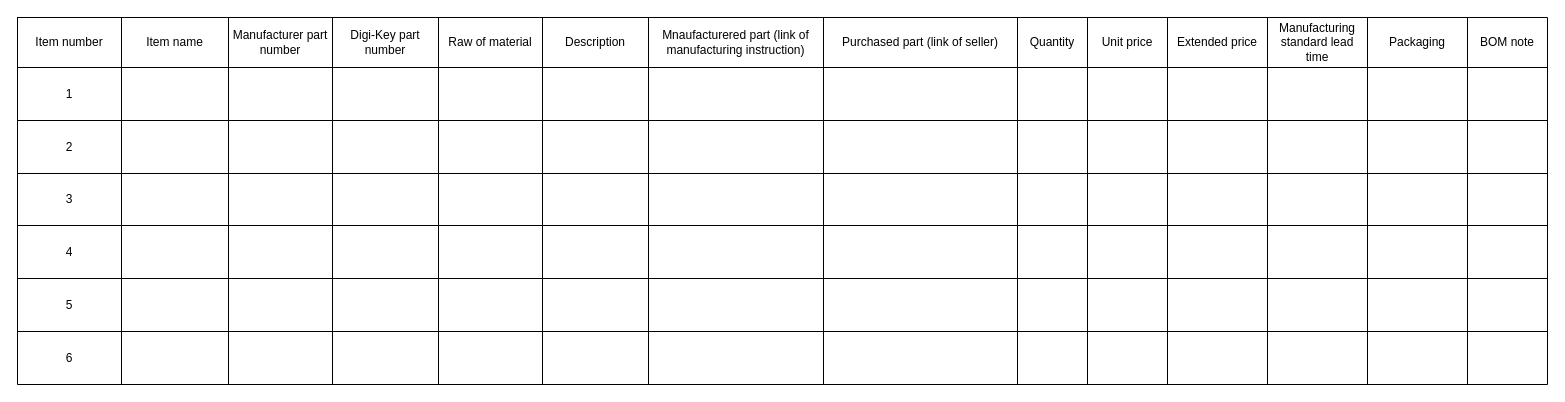
Above: BOM template.drawio in amerezoji1362/drawio-github (draw.io), before the change. Source tidied: cells renumbered, new cells numbered last; positions are measured from the earlier drawing's top-left corner, leaving out a move shared by most shapes. Both pictures are drawn from the tidied source at 100%, with x=0, y=0 at pixel (17, 17).
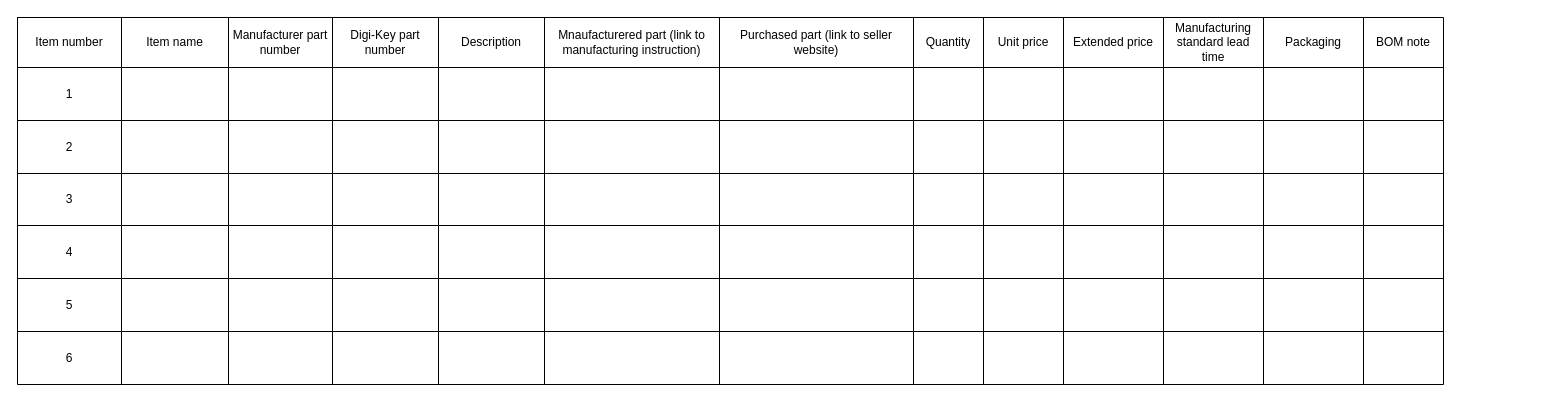
Above is the later version.

What changed in the source:
```diff
@@
     <mxCell id="2" style="shape=table;startSize=0;childLayout=tableLayout;" parent="1" vertex="1">
-      <mxGeometry width="1530" height="367" as="geometry" />
+      <mxGeometry width="1426" height="367" as="geometry" />
     </mxCell>
     <mxCell id="3" style="shape=partialRectangle;fillColor=none;top=0;left=0;bottom=0;right=0;" parent="2" vertex="1">
-      <mxGeometry width="1530" height="50" as="geometry" />
+      <mxGeometry width="1426" height="50" as="geometry" />
     </mxCell>
@@
-    <mxCell id="8" value="Raw of material" style="shape=partialRectangle;html=1;whiteSpace=wrap;overflow=hidden;fillColor=none;top=0;left=0;bottom=0;right=0;" parent="3" vertex="1">
-      <mxGeometry x="421" width="104" height="50" as="geometry" />
-    </mxCell>
     <mxCell id="9" value="Description" style="shape=partialRectangle;html=1;whiteSpace=wrap;overflow=hidden;fillColor=none;top=0;left=0;bottom=0;right=0;" parent="3" vertex="1">
-      <mxGeometry x="525" width="106" height="50" as="geometry" />
+      <mxGeometry x="421" width="106" height="50" as="geometry" />
     </mxCell>
-    <mxCell id="10" value="Mnaufacturered part (link of manufacturing instruction) " style="shape=partialRectangle;html=1;whiteSpace=wrap;overflow=hidden;fillColor=none;top=0;left=0;bottom=0;right=0;" parent="3" vertex="1">
-      <mxGeometry x="631" width="175" height="50" as="geometry" />
+    <mxCell id="10" value="Mnaufacturered part (link to manufacturing instruction) " style="shape=partialRectangle;html=1;whiteSpace=wrap;overflow=hidden;fillColor=none;top=0;left=0;bottom=0;right=0;" parent="3" vertex="1">
+      <mxGeometry x="527" width="175" height="50" as="geometry" />
     </mxCell>
-    <mxCell id="11" value="Purchased part (link of seller)" style="shape=partialRectangle;html=1;whiteSpace=wrap;overflow=hidden;fillColor=none;top=0;left=0;bottom=0;right=0;" parent="3" vertex="1">
-      <mxGeometry x="806" width="194" height="50" as="geometry" />
+    <mxCell id="11" value="Purchased part (link to seller website)" style="shape=partialRectangle;html=1;whiteSpace=wrap;overflow=hidden;fillColor=none;top=0;left=0;bottom=0;right=0;" parent="3" vertex="1">
+      <mxGeometry x="702" width="194" height="50" as="geometry" />
     </mxCell>
     <mxCell id="12" value="Quantity" style="shape=partialRectangle;html=1;whiteSpace=wrap;overflow=hidden;fillColor=none;top=0;left=0;bottom=0;right=0;" parent="3" vertex="1">
-      <mxGeometry x="1000" width="70" height="50" as="geometry" />
+      <mxGeometry x="896" width="70" height="50" as="geometry" />
     </mxCell>
     <mxCell id="13" value="Unit price" style="shape=partialRectangle;html=1;whiteSpace=wrap;overflow=hidden;fillColor=none;top=0;left=0;bottom=0;right=0;" parent="3" vertex="1">
-      <mxGeometry x="1070" width="80" height="50" as="geometry" />
+      <mxGeometry x="966" width="80" height="50" as="geometry" />
     </mxCell>
     <mxCell id="14" value="Extended price" style="shape=partialRectangle;html=1;whiteSpace=wrap;overflow=hidden;fillColor=none;top=0;left=0;bottom=0;right=0;" parent="3" vertex="1">
-      <mxGeometry x="1150" width="100" height="50" as="geometry" />
+      <mxGeometry x="1046" width="100" height="50" as="geometry" />
     </mxCell>
     <mxCell id="15" value="Manufacturing standard lead time" style="shape=partialRectangle;html=1;whiteSpace=wrap;overflow=hidden;fillColor=none;top=0;left=0;bottom=0;right=0;" parent="3" vertex="1">
-      <mxGeometry x="1250" width="100" height="50" as="geometry" />
+      <mxGeometry x="1146" width="100" height="50" as="geometry" />
     </mxCell>
     <mxCell id="16" value="Packaging" style="shape=partialRectangle;html=1;whiteSpace=wrap;overflow=hidden;fillColor=none;top=0;left=0;bottom=0;right=0;" parent="3" vertex="1">
-      <mxGeometry x="1350" width="100" height="50" as="geometry" />
+      <mxGeometry x="1246" width="100" height="50" as="geometry" />
     </mxCell>
     <mxCell id="17" value="BOM note" style="shape=partialRectangle;html=1;whiteSpace=wrap;overflow=hidden;fillColor=none;top=0;left=0;bottom=0;right=0;" parent="3" vertex="1">
-      <mxGeometry x="1450" width="80" height="50" as="geometry" />
+      <mxGeometry x="1346" width="80" height="50" as="geometry" />
     </mxCell>
     <mxCell id="18" style="shape=partialRectangle;fillColor=none;top=0;left=0;bottom=0;right=0;" parent="2" vertex="1">
-      <mxGeometry y="50" width="1530" height="53" as="geometry" />
+      <mxGeometry y="50" width="1426" height="53" as="geometry" />
     </mxCell>
@@
-    <mxCell id="23" style="shape=partialRectangle;html=1;whiteSpace=wrap;overflow=hidden;fillColor=none;top=0;left=0;bottom=0;right=0;" parent="18" vertex="1">
-      <mxGeometry x="421" width="104" height="53" as="geometry" />
-    </mxCell>
     <mxCell id="24" style="shape=partialRectangle;html=1;whiteSpace=wrap;overflow=hidden;fillColor=none;top=0;left=0;bottom=0;right=0;" parent="18" vertex="1">
-      <mxGeometry x="525" width="106" height="53" as="geometry" />
+      <mxGeometry x="421" width="106" height="53" as="geometry" />
     </mxCell>
     <mxCell id="25" style="shape=partialRectangle;html=1;whiteSpace=wrap;overflow=hidden;fillColor=none;top=0;left=0;bottom=0;right=0;" parent="18" vertex="1">
-      <mxGeometry x="631" width="175" height="53" as="geometry" />
+      <mxGeometry x="527" width="175" height="53" as="geometry" />
     </mxCell>
     <mxCell id="26" style="shape=partialRectangle;html=1;whiteSpace=wrap;overflow=hidden;fillColor=none;top=0;left=0;bottom=0;right=0;" parent="18" vertex="1">
-      <mxGeometry x="806" width="194" height="53" as="geometry" />
+      <mxGeometry x="702" width="194" height="53" as="geometry" />
     </mxCell>
     <mxCell id="27" style="shape=partialRectangle;html=1;whiteSpace=wrap;overflow=hidden;fillColor=none;top=0;left=0;bottom=0;right=0;" parent="18" vertex="1">
-      <mxGeometry x="1000" width="70" height="53" as="geometry" />
+      <mxGeometry x="896" width="70" height="53" as="geometry" />
     </mxCell>
     <mxCell id="28" style="shape=partialRectangle;html=1;whiteSpace=wrap;overflow=hidden;fillColor=none;top=0;left=0;bottom=0;right=0;" parent="18" vertex="1">
-      <mxGeometry x="1070" width="80" height="53" as="geometry" />
+      <mxGeometry x="966" width="80" height="53" as="geometry" />
     </mxCell>
     <mxCell id="29" style="shape=partialRectangle;html=1;whiteSpace=wrap;overflow=hidden;fillColor=none;top=0;left=0;bottom=0;right=0;" parent="18" vertex="1">
-      <mxGeometry x="1150" width="100" height="53" as="geometry" />
+      <mxGeometry x="1046" width="100" height="53" as="geometry" />
     </mxCell>
     <mxCell id="30" style="shape=partialRectangle;html=1;whiteSpace=wrap;overflow=hidden;fillColor=none;top=0;left=0;bottom=0;right=0;" parent="18" vertex="1">
-      <mxGeometry x="1250" width="100" height="53" as="geometry" />
+      <mxGeometry x="1146" width="100" height="53" as="geometry" />
     </mxCell>
     <mxCell id="31" style="shape=partialRectangle;html=1;whiteSpace=wrap;overflow=hidden;fillColor=none;top=0;left=0;bottom=0;right=0;" parent="18" vertex="1">
-      <mxGeometry x="1350" width="100" height="53" as="geometry" />
+      <mxGeometry x="1246" width="100" height="53" as="geometry" />
     </mxCell>
     <mxCell id="32" style="shape=partialRectangle;html=1;whiteSpace=wrap;overflow=hidden;fillColor=none;top=0;left=0;bottom=0;right=0;" parent="18" vertex="1">
-      <mxGeometry x="1450" width="80" height="53" as="geometry" />
+      <mxGeometry x="1346" width="80" height="53" as="geometry" />
     </mxCell>
     <mxCell id="33" style="shape=partialRectangle;fillColor=none;top=0;left=0;bottom=0;right=0;" parent="2" vertex="1">
-      <mxGeometry y="103" width="1530" height="53" as="geometry" />
+      <mxGeometry y="103" width="1426" height="53" as="geometry" />
     </mxCell>
@@
-    <mxCell id="38" style="shape=partialRectangle;html=1;whiteSpace=wrap;overflow=hidden;fillColor=none;top=0;left=0;bottom=0;right=0;" parent="33" vertex="1">
-      <mxGeometry x="421" width="104" height="53" as="geometry" />
-    </mxCell>
     <mxCell id="39" style="shape=partialRectangle;html=1;whiteSpace=wrap;overflow=hidden;fillColor=none;top=0;left=0;bottom=0;right=0;" parent="33" vertex="1">
-      <mxGeometry x="525" width="106" height="53" as="geometry" />
+      <mxGeometry x="421" width="106" height="53" as="geometry" />
     </mxCell>
     <mxCell id="40" style="shape=partialRectangle;html=1;whiteSpace=wrap;overflow=hidden;fillColor=none;top=0;left=0;bottom=0;right=0;" parent="33" vertex="1">
-      <mxGeometry x="631" width="175" height="53" as="geometry" />
+      <mxGeometry x="527" width="175" height="53" as="geometry" />
     </mxCell>
     <mxCell id="41" style="shape=partialRectangle;html=1;whiteSpace=wrap;overflow=hidden;fillColor=none;top=0;left=0;bottom=0;right=0;" parent="33" vertex="1">
-      <mxGeometry x="806" width="194" height="53" as="geometry" />
+      <mxGeometry x="702" width="194" height="53" as="geometry" />
     </mxCell>
     <mxCell id="42" style="shape=partialRectangle;html=1;whiteSpace=wrap;overflow=hidden;fillColor=none;top=0;left=0;bottom=0;right=0;" parent="33" vertex="1">
-      <mxGeometry x="1000" width="70" height="53" as="geometry" />
+      <mxGeometry x="896" width="70" height="53" as="geometry" />
     </mxCell>
     <mxCell id="43" style="shape=partialRectangle;html=1;whiteSpace=wrap;overflow=hidden;fillColor=none;top=0;left=0;bottom=0;right=0;" parent="33" vertex="1">
-      <mxGeometry x="1070" width="80" height="53" as="geometry" />
+      <mxGeometry x="966" width="80" height="53" as="geometry" />
     </mxCell>
     <mxCell id="44" style="shape=partialRectangle;html=1;whiteSpace=wrap;overflow=hidden;fillColor=none;top=0;left=0;bottom=0;right=0;" parent="33" vertex="1">
-      <mxGeometry x="1150" width="100" height="53" as="geometry" />
+      <mxGeometry x="1046" width="100" height="53" as="geometry" />
     </mxCell>
     <mxCell id="45" style="shape=partialRectangle;html=1;whiteSpace=wrap;overflow=hidden;fillColor=none;top=0;left=0;bottom=0;right=0;" parent="33" vertex="1">
-      <mxGeometry x="1250" width="100" height="53" as="geometry" />
+      <mxGeometry x="1146" width="100" height="53" as="geometry" />
     </mxCell>
     <mxCell id="46" style="shape=partialRectangle;html=1;whiteSpace=wrap;overflow=hidden;fillColor=none;top=0;left=0;bottom=0;right=0;" parent="33" vertex="1">
-      <mxGeometry x="1350" width="100" height="53" as="geometry" />
+      <mxGeometry x="1246" width="100" height="53" as="geometry" />
     </mxCell>
     <mxCell id="47" style="shape=partialRectangle;html=1;whiteSpace=wrap;overflow=hidden;fillColor=none;top=0;left=0;bottom=0;right=0;" parent="33" vertex="1">
-      <mxGeometry x="1450" width="80" height="53" as="geometry" />
+      <mxGeometry x="1346" width="80" height="53" as="geometry" />
     </mxCell>
     <mxCell id="48" style="shape=partialRectangle;fillColor=none;top=0;left=0;bottom=0;right=0;" parent="2" vertex="1">
-      <mxGeometry y="156" width="1530" height="52" as="geometry" />
+      <mxGeometry y="156" width="1426" height="52" as="geometry" />
     </mxCell>
@@
-    <mxCell id="53" style="shape=partialRectangle;html=1;whiteSpace=wrap;overflow=hidden;fillColor=none;top=0;left=0;bottom=0;right=0;" parent="48" vertex="1">
-      <mxGeometry x="421" width="104" height="52" as="geometry" />
-    </mxCell>
     <mxCell id="54" style="shape=partialRectangle;html=1;whiteSpace=wrap;overflow=hidden;fillColor=none;top=0;left=0;bottom=0;right=0;" parent="48" vertex="1">
-      <mxGeometry x="525" width="106" height="52" as="geometry" />
+      <mxGeometry x="421" width="106" height="52" as="geometry" />
     </mxCell>
     <mxCell id="55" style="shape=partialRectangle;html=1;whiteSpace=wrap;overflow=hidden;fillColor=none;top=0;left=0;bottom=0;right=0;" parent="48" vertex="1">
-      <mxGeometry x="631" width="175" height="52" as="geometry" />
+      <mxGeometry x="527" width="175" height="52" as="geometry" />
     </mxCell>
     <mxCell id="56" style="shape=partialRectangle;html=1;whiteSpace=wrap;overflow=hidden;fillColor=none;top=0;left=0;bottom=0;right=0;" parent="48" vertex="1">
-      <mxGeometry x="806" width="194" height="52" as="geometry" />
+      <mxGeometry x="702" width="194" height="52" as="geometry" />
     </mxCell>
     <mxCell id="57" style="shape=partialRectangle;html=1;whiteSpace=wrap;overflow=hidden;fillColor=none;top=0;left=0;bottom=0;right=0;" parent="48" vertex="1">
-      <mxGeometry x="1000" width="70" height="52" as="geometry" />
+      <mxGeometry x="896" width="70" height="52" as="geometry" />
     </mxCell>
     <mxCell id="58" style="shape=partialRectangle;html=1;whiteSpace=wrap;overflow=hidden;fillColor=none;top=0;left=0;bottom=0;right=0;" parent="48" vertex="1">
-      <mxGeometry x="1070" width="80" height="52" as="geometry" />
+      <mxGeometry x="966" width="80" height="52" as="geometry" />
     </mxCell>
     <mxCell id="59" style="shape=partialRectangle;html=1;whiteSpace=wrap;overflow=hidden;fillColor=none;top=0;left=0;bottom=0;right=0;" parent="48" vertex="1">
-      <mxGeometry x="1150" width="100" height="52" as="geometry" />
+      <mxGeometry x="1046" width="100" height="52" as="geometry" />
     </mxCell>
     <mxCell id="60" style="shape=partialRectangle;html=1;whiteSpace=wrap;overflow=hidden;fillColor=none;top=0;left=0;bottom=0;right=0;" parent="48" vertex="1">
-      <mxGeometry x="1250" width="100" height="52" as="geometry" />
+      <mxGeometry x="1146" width="100" height="52" as="geometry" />
     </mxCell>
     <mxCell id="61" style="shape=partialRectangle;html=1;whiteSpace=wrap;overflow=hidden;fillColor=none;top=0;left=0;bottom=0;right=0;" parent="48" vertex="1">
-      <mxGeometry x="1350" width="100" height="52" as="geometry" />
+      <mxGeometry x="1246" width="100" height="52" as="geometry" />
     </mxCell>
     <mxCell id="62" style="shape=partialRectangle;html=1;whiteSpace=wrap;overflow=hidden;fillColor=none;top=0;left=0;bottom=0;right=0;" parent="48" vertex="1">
-      <mxGeometry x="1450" width="80" height="52" as="geometry" />
+      <mxGeometry x="1346" width="80" height="52" as="geometry" />
     </mxCell>
     <mxCell id="63" style="shape=partialRectangle;fillColor=none;top=0;left=0;bottom=0;right=0;" parent="2" vertex="1">
-      <mxGeometry y="208" width="1530" height="53" as="geometry" />
+      <mxGeometry y="208" width="1426" height="53" as="geometry" />
     </mxCell>
@@
-    <mxCell id="68" style="shape=partialRectangle;html=1;whiteSpace=wrap;overflow=hidden;fillColor=none;top=0;left=0;bottom=0;right=0;" parent="63" vertex="1">
-      <mxGeometry x="421" width="104" height="53" as="geometry" />
-    </mxCell>
     <mxCell id="69" style="shape=partialRectangle;html=1;whiteSpace=wrap;overflow=hidden;fillColor=none;top=0;left=0;bottom=0;right=0;" parent="63" vertex="1">
-      <mxGeometry x="525" width="106" height="53" as="geometry" />
+      <mxGeometry x="421" width="106" height="53" as="geometry" />
     </mxCell>
     <mxCell id="70" style="shape=partialRectangle;html=1;whiteSpace=wrap;overflow=hidden;fillColor=none;top=0;left=0;bottom=0;right=0;" parent="63" vertex="1">
-      <mxGeometry x="631" width="175" height="53" as="geometry" />
+      <mxGeometry x="527" width="175" height="53" as="geometry" />
     </mxCell>
     <mxCell id="71" style="shape=partialRectangle;html=1;whiteSpace=wrap;overflow=hidden;fillColor=none;top=0;left=0;bottom=0;right=0;" parent="63" vertex="1">
-      <mxGeometry x="806" width="194" height="53" as="geometry" />
+      <mxGeometry x="702" width="194" height="53" as="geometry" />
     </mxCell>
     <mxCell id="72" style="shape=partialRectangle;html=1;whiteSpace=wrap;overflow=hidden;fillColor=none;top=0;left=0;bottom=0;right=0;" parent="63" vertex="1">
-      <mxGeometry x="1000" width="70" height="53" as="geometry" />
+      <mxGeometry x="896" width="70" height="53" as="geometry" />
     </mxCell>
     <mxCell id="73" style="shape=partialRectangle;html=1;whiteSpace=wrap;overflow=hidden;fillColor=none;top=0;left=0;bottom=0;right=0;" parent="63" vertex="1">
-      <mxGeometry x="1070" width="80" height="53" as="geometry" />
+      <mxGeometry x="966" width="80" height="53" as="geometry" />
     </mxCell>
     <mxCell id="74" style="shape=partialRectangle;html=1;whiteSpace=wrap;overflow=hidden;fillColor=none;top=0;left=0;bottom=0;right=0;" parent="63" vertex="1">
-      <mxGeometry x="1150" width="100" height="53" as="geometry" />
+      <mxGeometry x="1046" width="100" height="53" as="geometry" />
     </mxCell>
     <mxCell id="75" style="shape=partialRectangle;html=1;whiteSpace=wrap;overflow=hidden;fillColor=none;top=0;left=0;bottom=0;right=0;" parent="63" vertex="1">
-      <mxGeometry x="1250" width="100" height="53" as="geometry" />
+      <mxGeometry x="1146" width="100" height="53" as="geometry" />
     </mxCell>
     <mxCell id="76" style="shape=partialRectangle;html=1;whiteSpace=wrap;overflow=hidden;fillColor=none;top=0;left=0;bottom=0;right=0;" parent="63" vertex="1">
-      <mxGeometry x="1350" width="100" height="53" as="geometry" />
+      <mxGeometry x="1246" width="100" height="53" as="geometry" />
     </mxCell>
     <mxCell id="77" style="shape=partialRectangle;html=1;whiteSpace=wrap;overflow=hidden;fillColor=none;top=0;left=0;bottom=0;right=0;" parent="63" vertex="1">
-      <mxGeometry x="1450" width="80" height="53" as="geometry" />
+      <mxGeometry x="1346" width="80" height="53" as="geometry" />
     </mxCell>
     <mxCell id="78" style="shape=partialRectangle;fillColor=none;top=0;left=0;bottom=0;right=0;" parent="2" vertex="1">
-      <mxGeometry y="261" width="1530" height="53" as="geometry" />
+      <mxGeometry y="261" width="1426" height="53" as="geometry" />
     </mxCell>
@@
-    <mxCell id="83" style="shape=partialRectangle;html=1;whiteSpace=wrap;overflow=hidden;fillColor=none;top=0;left=0;bottom=0;right=0;" parent="78" vertex="1">
-      <mxGeometry x="421" width="104" height="53" as="geometry" />
-    </mxCell>
     <mxCell id="84" style="shape=partialRectangle;html=1;whiteSpace=wrap;overflow=hidden;fillColor=none;top=0;left=0;bottom=0;right=0;" parent="78" vertex="1">
-      <mxGeometry x="525" width="106" height="53" as="geometry" />
+      <mxGeometry x="421" width="106" height="53" as="geometry" />
     </mxCell>
     <mxCell id="85" style="shape=partialRectangle;html=1;whiteSpace=wrap;overflow=hidden;fillColor=none;top=0;left=0;bottom=0;right=0;" parent="78" vertex="1">
-      <mxGeometry x="631" width="175" height="53" as="geometry" />
+      <mxGeometry x="527" width="175" height="53" as="geometry" />
     </mxCell>
     <mxCell id="86" style="shape=partialRectangle;html=1;whiteSpace=wrap;overflow=hidden;fillColor=none;top=0;left=0;bottom=0;right=0;" parent="78" vertex="1">
-      <mxGeometry x="806" width="194" height="53" as="geometry" />
+      <mxGeometry x="702" width="194" height="53" as="geometry" />
     </mxCell>
     <mxCell id="87" style="shape=partialRectangle;html=1;whiteSpace=wrap;overflow=hidden;fillColor=none;top=0;left=0;bottom=0;right=0;" parent="78" vertex="1">
-      <mxGeometry x="1000" width="70" height="53" as="geometry" />
+      <mxGeometry x="896" width="70" height="53" as="geometry" />
     </mxCell>
     <mxCell id="88" style="shape=partialRectangle;html=1;whiteSpace=wrap;overflow=hidden;fillColor=none;top=0;left=0;bottom=0;right=0;" parent="78" vertex="1">
-      <mxGeometry x="1070" width="80" height="53" as="geometry" />
+      <mxGeometry x="966" width="80" height="53" as="geometry" />
     </mxCell>
     <mxCell id="89" style="shape=partialRectangle;html=1;whiteSpace=wrap;overflow=hidden;fillColor=none;top=0;left=0;bottom=0;right=0;" parent="78" vertex="1">
-      <mxGeometry x="1150" width="100" height="53" as="geometry" />
+      <mxGeometry x="1046" width="100" height="53" as="geometry" />
     </mxCell>
     <mxCell id="90" style="shape=partialRectangle;html=1;whiteSpace=wrap;overflow=hidden;fillColor=none;top=0;left=0;bottom=0;right=0;" parent="78" vertex="1">
-      <mxGeometry x="1250" width="100" height="53" as="geometry" />
+      <mxGeometry x="1146" width="100" height="53" as="geometry" />
     </mxCell>
     <mxCell id="91" style="shape=partialRectangle;html=1;whiteSpace=wrap;overflow=hidden;fillColor=none;top=0;left=0;bottom=0;right=0;" parent="78" vertex="1">
-      <mxGeometry x="1350" width="100" height="53" as="geometry" />
+      <mxGeometry x="1246" width="100" height="53" as="geometry" />
     </mxCell>
     <mxCell id="92" style="shape=partialRectangle;html=1;whiteSpace=wrap;overflow=hidden;fillColor=none;top=0;left=0;bottom=0;right=0;" parent="78" vertex="1">
-      <mxGeometry x="1450" width="80" height="53" as="geometry" />
+      <mxGeometry x="1346" width="80" height="53" as="geometry" />
     </mxCell>
     <mxCell id="93" style="shape=partialRectangle;fillColor=none;top=0;left=0;bottom=0;right=0;" parent="2" vertex="1">
-      <mxGeometry y="314" width="1530" height="53" as="geometry" />
+      <mxGeometry y="314" width="1426" height="53" as="geometry" />
     </mxCell>
@@
-    <mxCell id="98" style="shape=partialRectangle;html=1;whiteSpace=wrap;overflow=hidden;fillColor=none;top=0;left=0;bottom=0;right=0;" parent="93" vertex="1">
-      <mxGeometry x="421" width="104" height="53" as="geometry" />
-    </mxCell>
     <mxCell id="99" style="shape=partialRectangle;html=1;whiteSpace=wrap;overflow=hidden;fillColor=none;top=0;left=0;bottom=0;right=0;" parent="93" vertex="1">
-      <mxGeometry x="525" width="106" height="53" as="geometry" />
+      <mxGeometry x="421" width="106" height="53" as="geometry" />
     </mxCell>
     <mxCell id="100" style="shape=partialRectangle;html=1;whiteSpace=wrap;overflow=hidden;fillColor=none;top=0;left=0;bottom=0;right=0;" parent="93" vertex="1">
-      <mxGeometry x="631" width="175" height="53" as="geometry" />
+      <mxGeometry x="527" width="175" height="53" as="geometry" />
     </mxCell>
     <mxCell id="101" style="shape=partialRectangle;html=1;whiteSpace=wrap;overflow=hidden;fillColor=none;top=0;left=0;bottom=0;right=0;" parent="93" vertex="1">
-      <mxGeometry x="806" width="194" height="53" as="geometry" />
+      <mxGeometry x="702" width="194" height="53" as="geometry" />
     </mxCell>
     <mxCell id="102" style="shape=partialRectangle;html=1;whiteSpace=wrap;overflow=hidden;fillColor=none;top=0;left=0;bottom=0;right=0;" parent="93" vertex="1">
-      <mxGeometry x="1000" width="70" height="53" as="geometry" />
+      <mxGeometry x="896" width="70" height="53" as="geometry" />
     </mxCell>
     <mxCell id="103" style="shape=partialRectangle;html=1;whiteSpace=wrap;overflow=hidden;fillColor=none;top=0;left=0;bottom=0;right=0;" parent="93" vertex="1">
-      <mxGeometry x="1070" width="80" height="53" as="geometry" />
+      <mxGeometry x="966" width="80" height="53" as="geometry" />
     </mxCell>
     <mxCell id="104" style="shape=partialRectangle;html=1;whiteSpace=wrap;overflow=hidden;fillColor=none;top=0;left=0;bottom=0;right=0;" parent="93" vertex="1">
-      <mxGeometry x="1150" width="100" height="53" as="geometry" />
+      <mxGeometry x="1046" width="100" height="53" as="geometry" />
     </mxCell>
     <mxCell id="105" style="shape=partialRectangle;html=1;whiteSpace=wrap;overflow=hidden;fillColor=none;top=0;left=0;bottom=0;right=0;" parent="93" vertex="1">
-      <mxGeometry x="1250" width="100" height="53" as="geometry" />
+      <mxGeometry x="1146" width="100" height="53" as="geometry" />
     </mxCell>
     <mxCell id="106" style="shape=partialRectangle;html=1;whiteSpace=wrap;overflow=hidden;fillColor=none;top=0;left=0;bottom=0;right=0;" parent="93" vertex="1">
-      <mxGeometry x="1350" width="100" height="53" as="geometry" />
+      <mxGeometry x="1246" width="100" height="53" as="geometry" />
     </mxCell>
     <mxCell id="107" style="shape=partialRectangle;html=1;whiteSpace=wrap;overflow=hidden;fillColor=none;top=0;left=0;bottom=0;right=0;" parent="93" vertex="1">
-      <mxGeometry x="1450" width="80" height="53" as="geometry" />
+      <mxGeometry x="1346" width="80" height="53" as="geometry" />
     </mxCell>
```
